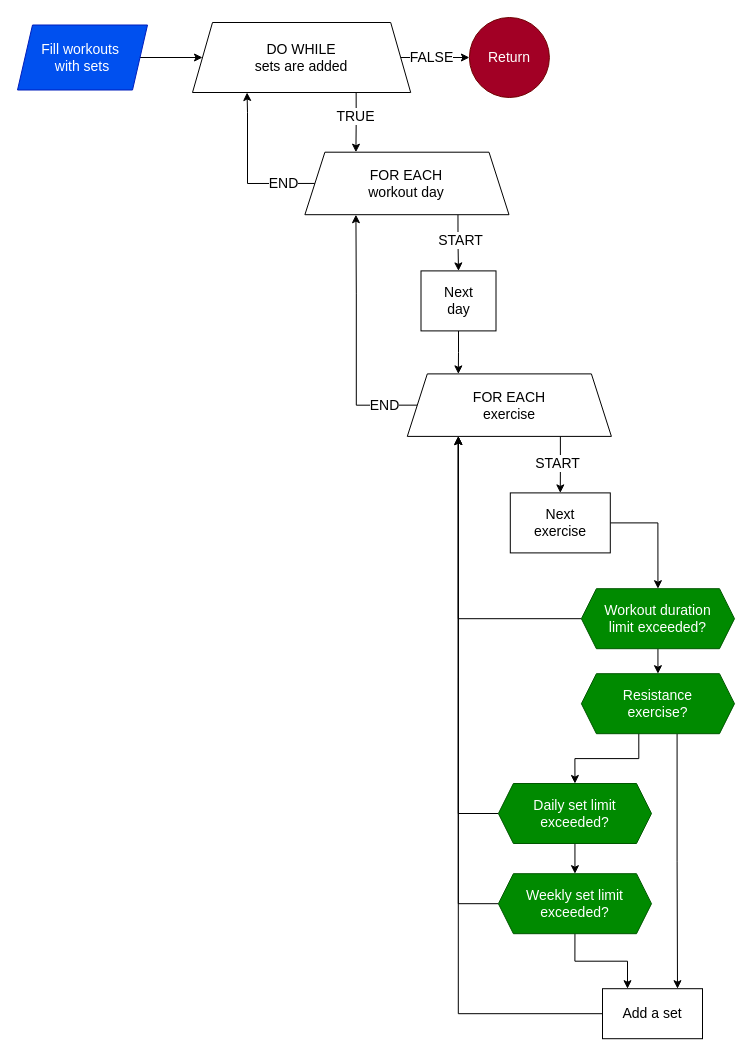
This is page "Fill with sets" (7 of 7) of Main/workouts.drawio from Katrine123/P1-project, a draw.io file, before an edit. Source tidied: cells renumbered, new cells numbered last; positions are measured from the earlier drawing's top-left corner, leaving out a move shared by most shapes. Both pictures are drawn from the tidied source at 100%, with x=0, y=0 at pixel (17, 17).
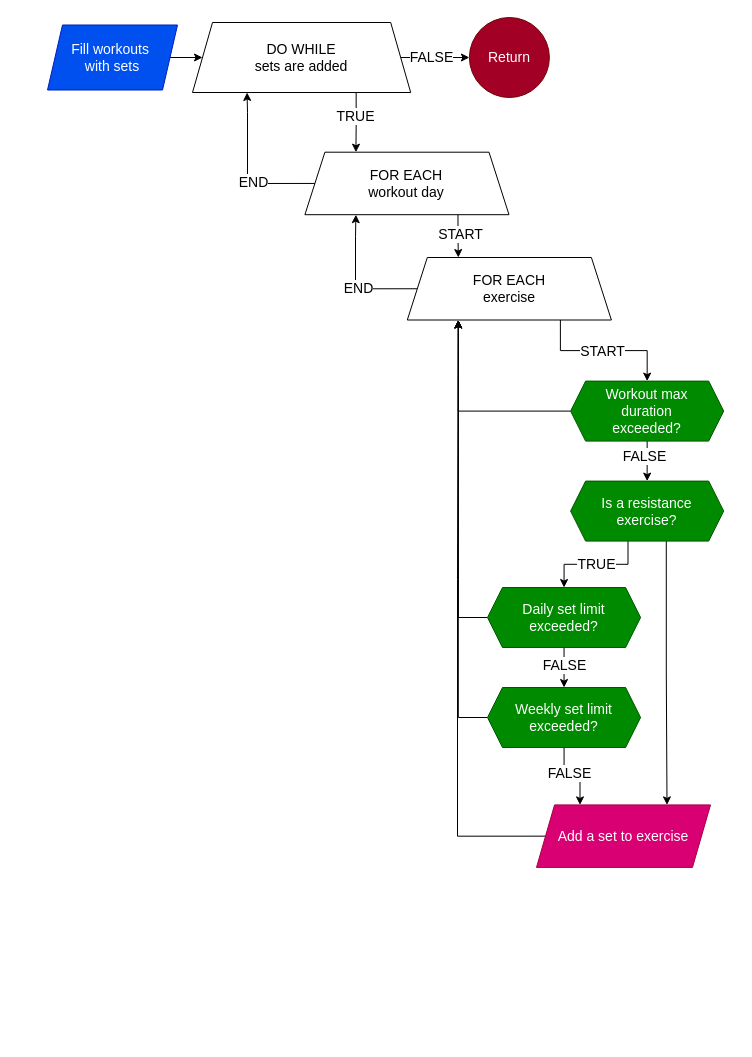
Above is the later version.

Unchanged cells that the change refers to:
```xml
<mxCell id="6" style="edgeStyle=orthogonalEdgeStyle;rounded=0;jettySize=auto;html=1;exitX=0;exitY=0.5;exitDx=0;exitDy=0;entryX=0.25;entryY=1;entryDx=0;entryDy=0;fontFamily=lexend light;fontSize=14;fontColor=default;" parent="1" edge="1" source="8" target="31">
  <mxGeometry relative="1" as="geometry">
    <Array as="points">
      <mxPoint x="230" y="165.8" />
      <mxPoint x="230" y="94.8" />
      <mxPoint x="230" y="94.8" />
    </Array>
  </mxGeometry>
</mxCell>
<mxCell id="8" value="FOR EACH&lt;div&gt;workout day&lt;/div&gt;" style="whiteSpace=wrap;html=1;fontFamily=lexend light;fontSize=14;spacingBottom=0;spacingLeft=15;spacingRight=15;shape=trapezoid;perimeter=trapezoidPerimeter;fixedSize=1;" parent="1" vertex="1">
  <mxGeometry x="287.4" y="134.7" width="204.1" height="62.5" as="geometry" />
</mxCell>
<mxCell id="16" style="edgeStyle=orthogonalEdgeStyle;rounded=0;jettySize=auto;html=1;exitX=0.5;exitY=1;exitDx=0;exitDy=0;entryX=0.5;entryY=0;entryDx=0;entryDy=0;fontFamily=lexend light;fontSize=14;fontColor=default;" parent="1" edge="1" source="18" target="21">
  <mxGeometry relative="1" as="geometry" />
</mxCell>
<mxCell id="32" style="edgeStyle=orthogonalEdgeStyle;rounded=0;jettySize=auto;html=1;exitX=0.375;exitY=1;exitDx=0;exitDy=0;entryX=0.5;entryY=0;entryDx=0;entryDy=0;fontFamily=lexend light;fontSize=14;fontColor=default;" parent="1" edge="1" source="34" target="18">
  <mxGeometry relative="1" as="geometry" />
</mxCell>
<mxCell id="35" style="edgeStyle=orthogonalEdgeStyle;rounded=0;jettySize=auto;html=1;exitX=0.5;exitY=1;exitDx=0;exitDy=0;entryX=0.5;entryY=0;entryDx=0;entryDy=0;fontFamily=lexend light;fontSize=14;fontColor=default;" parent="1" edge="1" source="37" target="34">
  <mxGeometry relative="1" as="geometry" />
</mxCell>
```

Change to the diagram source:
```diff
@@
     <mxCell id="3" value="Fill workouts&amp;nbsp;&lt;div&gt;with sets&lt;/div&gt;" style="whiteSpace=wrap;html=1;shape=parallelogram;boundedLbl=1;backgroundOutline=1;size=15;fillColor=#0050ef;fontColor=#ffffff;strokeColor=#001DBC;fontFamily=lexend light;fontSize=14;fixedSize=1;perimeter=parallelogramPerimeter;" parent="1" vertex="1">
-      <mxGeometry y="7.5" width="130" height="65" as="geometry" />
+      <mxGeometry x="30" y="7.5" width="130" height="65" as="geometry" />
     </mxCell>
-    <mxCell id="4" style="edgeStyle=orthogonalEdgeStyle;rounded=0;jettySize=auto;html=1;exitX=0.75;exitY=1;exitDx=0;exitDy=0;entryX=0.5;entryY=0;entryDx=0;entryDy=0;fontFamily=lexend light;fontSize=14;fontColor=default;" parent="1" edge="1" source="8" target="15">
+    <mxCell id="4" style="edgeStyle=orthogonalEdgeStyle;rounded=0;jettySize=auto;html=1;exitX=0.75;exitY=1;exitDx=0;exitDy=0;entryX=0.25;entryY=0;entryDx=0;entryDy=0;fontFamily=lexend light;fontSize=14;fontColor=default;" parent="1" edge="1" source="8" target="13">
       <mxGeometry relative="1" as="geometry" />
     </mxCell>
@@
     <mxCell id="7" value="END" style="edgeLabel;html=1;align=center;verticalAlign=middle;strokeColor=default;spacingLeft=15;spacingRight=15;spacingBottom=0;fontFamily=lexend light;fontSize=14;fontColor=default;fillColor=default;" parent="6" vertex="1">
       <mxGeometry x="-0.48" y="2" relative="1" as="geometry">
-        <mxPoint x="9" y="-2" as="offset" />
+        <mxPoint x="-21" y="-3" as="offset" />
       </mxGeometry>
     </mxCell>
@@
-    <mxCell id="9" style="edgeStyle=orthogonalEdgeStyle;rounded=0;jettySize=auto;html=1;exitX=0.75;exitY=1;exitDx=0;exitDy=0;fontFamily=lexend light;fontSize=14;fontColor=default;" parent="1" edge="1" source="13" target="25">
+    <mxCell id="9" style="edgeStyle=orthogonalEdgeStyle;rounded=0;jettySize=auto;html=1;exitX=0.75;exitY=1;exitDx=0;exitDy=0;fontFamily=lexend light;fontSize=14;fontColor=default;entryX=0.5;entryY=0;entryDx=0;entryDy=0;" parent="1" edge="1" source="13" target="37">
       <mxGeometry relative="1" as="geometry" />
     </mxCell>
     <mxCell id="10" value="START" style="edgeLabel;html=1;align=center;verticalAlign=middle;strokeColor=default;spacingLeft=15;spacingRight=15;spacingBottom=0;fontFamily=lexend light;fontSize=14;fontColor=default;fillColor=default;" parent="9" vertex="1">
-      <mxGeometry x="-0.03" y="-3" relative="1" as="geometry" />
+      <mxGeometry x="-0.03" y="-3" relative="1" as="geometry">
+        <mxPoint y="-3" as="offset" />
+      </mxGeometry>
     </mxCell>
     <mxCell id="11" style="edgeStyle=orthogonalEdgeStyle;rounded=0;jettySize=auto;html=1;exitX=0;exitY=0.5;exitDx=0;exitDy=0;entryX=0.25;entryY=1;entryDx=0;entryDy=0;fontFamily=lexend light;fontSize=14;fontColor=default;" parent="1" edge="1" source="13" target="8">
       <mxGeometry relative="1" as="geometry">
         <Array as="points">
-          <mxPoint x="338.8" y="387.4" />
-          <mxPoint x="338.8" y="276.4" />
+          <mxPoint x="338" y="271" />
+          <mxPoint x="338" y="219" />
+          <mxPoint x="338" y="219" />
         </Array>
       </mxGeometry>
     </mxCell>
     <mxCell id="12" value="END" style="edgeLabel;html=1;align=center;verticalAlign=middle;strokeColor=default;spacingLeft=15;spacingRight=15;spacingBottom=0;fontFamily=lexend light;fontSize=14;fontColor=default;fillColor=default;" parent="11" vertex="1">
-      <mxGeometry x="-0.69" y="-2" relative="1" as="geometry">
-        <mxPoint x="6" y="2" as="offset" />
+      <mxGeometry x="-0.31" relative="1" as="geometry">
+        <mxPoint x="-12" y="-1" as="offset" />
       </mxGeometry>
     </mxCell>
     <mxCell id="13" value="FOR EACH&lt;div&gt;exercise&lt;/div&gt;" style="whiteSpace=wrap;html=1;fontFamily=lexend light;fontSize=14;spacingBottom=0;spacingLeft=15;spacingRight=15;shape=trapezoid;perimeter=trapezoidPerimeter;fixedSize=1;" parent="1" vertex="1">
-      <mxGeometry x="389.8" y="356.4" width="204.1" height="62.5" as="geometry" />
+      <mxGeometry x="389.8" y="240" width="204.1" height="62.5" as="geometry" />
     </mxCell>
-    <mxCell id="14" style="edgeStyle=orthogonalEdgeStyle;rounded=0;jettySize=auto;html=1;exitX=0.5;exitY=1;exitDx=0;exitDy=0;entryX=0.25;entryY=0;entryDx=0;entryDy=0;fontFamily=lexend light;fontSize=14;fontColor=default;" parent="1" edge="1" source="15" target="13">
-      <mxGeometry relative="1" as="geometry" />
-    </mxCell>
-    <mxCell id="15" value="Next day" style="whiteSpace=wrap;html=1;fontFamily=lexend light;fontSize=14;spacingBottom=0;spacingLeft=15;spacingRight=15;" parent="1" vertex="1">
-      <mxGeometry x="403.5" y="253.4" width="75" height="60" as="geometry" />
-    </mxCell>
@@
+    <mxCell id="38" value="FALSE" style="edgeLabel;html=1;align=center;verticalAlign=middle;strokeColor=default;spacingLeft=15;spacingRight=15;spacingBottom=0;fontFamily=lexend light;fontSize=14;fontColor=default;fillColor=default;" parent="16" vertex="1">
+      <mxGeometry x="-0.14" relative="1" as="geometry" />
+    </mxCell>
@@
     <mxCell id="18" value="Daily set limit exceeded?" style="shape=hexagon;perimeter=hexagonPerimeter2;whiteSpace=wrap;html=1;fixedSize=1;size=15;fillColor=#008a00;fontColor=#ffffff;strokeColor=#005700;fontFamily=lexend light;fontSize=14;spacingBottom=0;spacingLeft=15;spacingRight=15;" parent="1" vertex="1">
-      <mxGeometry x="480.9" y="766" width="153.1" height="60" as="geometry" />
+      <mxGeometry x="470" y="570" width="153.1" height="60" as="geometry" />
     </mxCell>
@@
-    <mxCell id="20" style="edgeStyle=orthogonalEdgeStyle;rounded=0;jettySize=auto;html=1;exitX=0.5;exitY=1;exitDx=0;exitDy=0;entryX=0.25;entryY=0;entryDx=0;entryDy=0;fontFamily=lexend light;fontSize=14;fontColor=default;" parent="1" edge="1" source="21" target="23">
+    <mxCell id="20" style="edgeStyle=orthogonalEdgeStyle;rounded=0;jettySize=auto;html=1;exitX=0.5;exitY=1;exitDx=0;exitDy=0;entryX=0.25;entryY=0;entryDx=0;entryDy=0;fontFamily=lexend light;fontSize=14;fontColor=default;" parent="1" edge="1" source="21" target="42">
       <mxGeometry relative="1" as="geometry" />
     </mxCell>
+    <mxCell id="39" value="FALSE" style="edgeLabel;html=1;align=center;verticalAlign=middle;strokeColor=default;spacingLeft=15;spacingRight=15;spacingBottom=0;fontFamily=lexend light;fontSize=14;fontColor=default;fillColor=default;" parent="20" vertex="1">
+      <mxGeometry x="-0.74" y="-1" relative="1" as="geometry">
+        <mxPoint x="6" y="15" as="offset" />
+      </mxGeometry>
+    </mxCell>
     <mxCell id="21" value="Weekly set limit exceeded?" style="shape=hexagon;perimeter=hexagonPerimeter2;whiteSpace=wrap;html=1;fixedSize=1;size=15;fillColor=#008a00;fontColor=#ffffff;strokeColor=#005700;fontFamily=lexend light;fontSize=14;spacingBottom=0;spacingLeft=15;spacingRight=15;" parent="1" vertex="1">
-      <mxGeometry x="480.9" y="856.2" width="153.1" height="60" as="geometry" />
+      <mxGeometry x="470" y="670" width="153.1" height="60" as="geometry" />
     </mxCell>
-    <mxCell id="22" style="edgeStyle=orthogonalEdgeStyle;rounded=0;jettySize=auto;html=1;exitX=0;exitY=0.5;exitDx=0;exitDy=0;entryX=0.25;entryY=1;entryDx=0;entryDy=0;fontFamily=lexend light;fontSize=14;fontColor=default;" parent="1" edge="1" source="23" target="13">
-      <mxGeometry relative="1" as="geometry" />
+    <mxCell id="22" style="edgeStyle=orthogonalEdgeStyle;rounded=0;jettySize=auto;html=1;exitX=0;exitY=0.5;exitDx=0;exitDy=0;entryX=0.25;entryY=1;entryDx=0;entryDy=0;fontFamily=lexend light;fontSize=14;fontColor=default;" parent="1" edge="1" source="42" target="13">
+      <mxGeometry relative="1" as="geometry">
+        <Array as="points">
+          <mxPoint x="440" y="819" />
+          <mxPoint x="440" y="562" />
+          <mxPoint x="441" y="562" />
+        </Array>
+      </mxGeometry>
     </mxCell>
-    <mxCell id="23" value="Add a set" style="whiteSpace=wrap;html=1;fontFamily=lexend light;fontSize=14;spacingBottom=0;spacingLeft=15;spacingRight=15;" parent="1" vertex="1">
-      <mxGeometry x="585" y="971.2" width="100" height="50" as="geometry" />
-    </mxCell>
-    <mxCell id="24" style="edgeStyle=orthogonalEdgeStyle;rounded=0;jettySize=auto;html=1;exitX=1;exitY=0.5;exitDx=0;exitDy=0;entryX=0.5;entryY=0;entryDx=0;entryDy=0;fontFamily=lexend light;fontSize=14;fontColor=default;" parent="1" edge="1" source="25" target="37">
-      <mxGeometry relative="1" as="geometry" />
-    </mxCell>
-    <mxCell id="25" value="Next exercise" style="whiteSpace=wrap;html=1;fontFamily=lexend light;fontSize=14;spacingBottom=0;spacingLeft=15;spacingRight=15;" parent="1" vertex="1">
-      <mxGeometry x="492.8" y="475.4" width="100" height="60" as="geometry" />
-    </mxCell>
@@
+    <mxCell id="40" value="TRUE" style="edgeLabel;html=1;align=center;verticalAlign=middle;strokeColor=default;spacingLeft=15;spacingRight=15;spacingBottom=0;fontFamily=lexend light;fontSize=14;fontColor=default;fillColor=default;" parent="32" vertex="1">
+      <mxGeometry x="-0.75" y="-3" relative="1" as="geometry">
+        <mxPoint x="-29" y="9" as="offset" />
+      </mxGeometry>
+    </mxCell>
-    <mxCell id="33" style="edgeStyle=orthogonalEdgeStyle;rounded=0;jettySize=auto;html=1;exitX=0.625;exitY=1;exitDx=0;exitDy=0;entryX=0.75;entryY=0;entryDx=0;entryDy=0;fontFamily=lexend light;fontSize=14;fontColor=default;" parent="1" edge="1" source="34" target="23">
+    <mxCell id="33" style="edgeStyle=orthogonalEdgeStyle;rounded=0;jettySize=auto;html=1;exitX=0.625;exitY=1;exitDx=0;exitDy=0;entryX=0.75;entryY=0;entryDx=0;entryDy=0;fontFamily=lexend light;fontSize=14;fontColor=default;" parent="1" edge="1" source="34" target="42">
       <mxGeometry relative="1" as="geometry" />
     </mxCell>
-    <mxCell id="34" value="Resistance exercise?" style="shape=hexagon;perimeter=hexagonPerimeter2;whiteSpace=wrap;html=1;fixedSize=1;size=15;fillColor=#008a00;fontColor=#ffffff;strokeColor=#005700;fontFamily=lexend light;fontSize=14;spacingBottom=0;spacingLeft=15;spacingRight=15;" parent="1" vertex="1">
-      <mxGeometry x="563.9" y="656.2" width="153.1" height="60" as="geometry" />
+    <mxCell id="34" value="Is a resistance exercise?" style="shape=hexagon;perimeter=hexagonPerimeter2;whiteSpace=wrap;html=1;fixedSize=1;size=15;fillColor=#008a00;fontColor=#ffffff;strokeColor=#005700;fontFamily=lexend light;fontSize=14;spacingBottom=0;spacingLeft=15;spacingRight=15;" parent="1" vertex="1">
+      <mxGeometry x="553.1" y="463.6" width="153.1" height="60" as="geometry" />
     </mxCell>
@@
+    <mxCell id="41" value="FALSE" style="edgeLabel;html=1;align=center;verticalAlign=middle;strokeColor=default;spacingLeft=15;spacingRight=15;spacingBottom=0;fontFamily=lexend light;fontSize=14;fontColor=default;fillColor=default;" parent="35" vertex="1">
+      <mxGeometry x="-0.26" y="-3" relative="1" as="geometry" />
+    </mxCell>
@@
-    <mxCell id="37" value="Workout duration limit exceeded?" style="shape=hexagon;perimeter=hexagonPerimeter2;whiteSpace=wrap;html=1;fixedSize=1;size=15;fillColor=#008a00;fontColor=#ffffff;strokeColor=#005700;fontFamily=lexend light;fontSize=14;spacingBottom=0;spacingLeft=15;spacingRight=15;" parent="1" vertex="1">
-      <mxGeometry x="563.9" y="571.2" width="153.1" height="60" as="geometry" />
+    <mxCell id="37" value="Workout max duration exceeded?" style="shape=hexagon;perimeter=hexagonPerimeter2;whiteSpace=wrap;html=1;fixedSize=1;size=15;fillColor=#008a00;fontColor=#ffffff;strokeColor=#005700;fontFamily=lexend light;fontSize=14;spacingBottom=0;spacingLeft=15;spacingRight=15;" parent="1" vertex="1">
+      <mxGeometry x="553.1" y="363.6" width="153.1" height="60" as="geometry" />
     </mxCell>
+    <mxCell id="42" value="Add a set to exercise" style="whiteSpace=wrap;html=1;fontFamily=lexend light;fontSize=14;spacingBottom=0;spacingLeft=15;spacingRight=15;fillColor=#d80073;fontColor=#ffffff;strokeColor=#A50040;shape=parallelogram;fixedSize=1;size=18.050000000000182;perimeter=parallelogramPerimeter;" parent="1" vertex="1">
+      <mxGeometry x="519" y="787.4" width="174" height="62.5" as="geometry" />
+    </mxCell>
```
